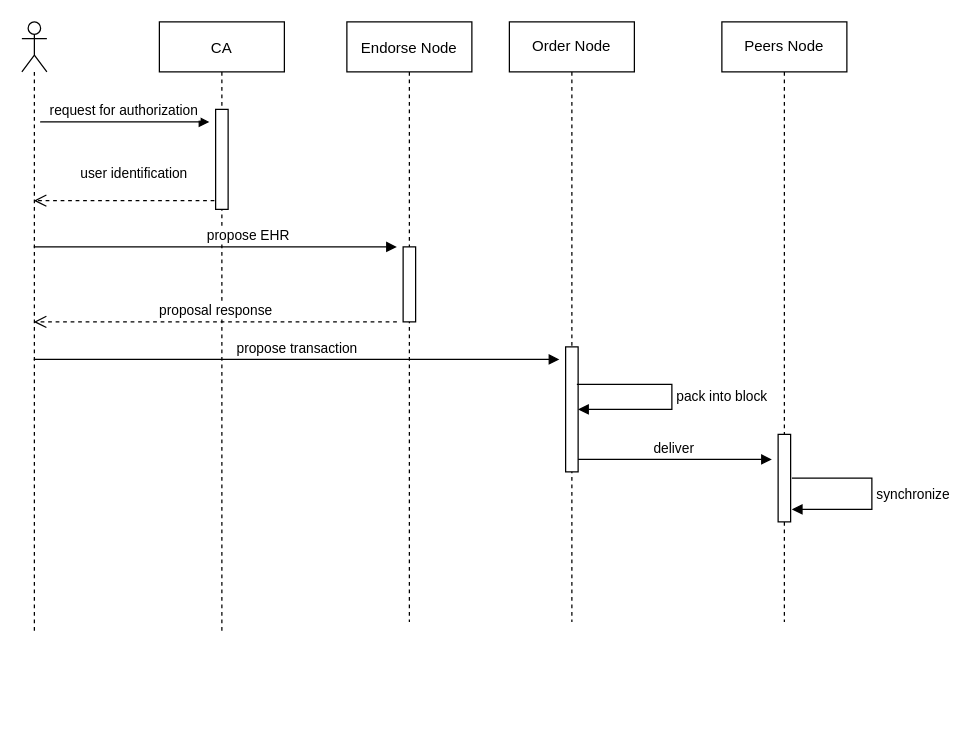
unnc-fose-20126522/Health-Status-Monitoring-System-based-on-Hyperledger-Fabric-and-ModeChain keeps this draw.io diagram as HFMC_sequenceDiagram.drawio. Above is the earlier version. Source tidied: cells renumbered, new cells numbered last; positions are measured from the earlier drawing's top-left corner, leaving out a move shared by most shapes. Both pictures are drawn from the tidied source at 125%, with x=0, y=0 at pixel (21, 21).
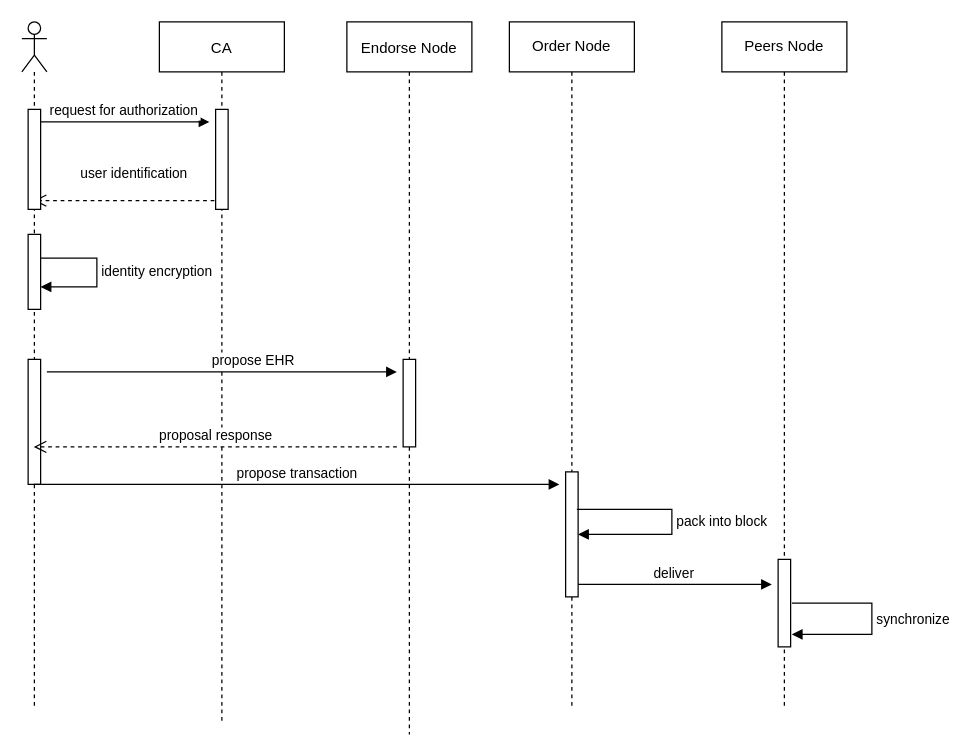
The same page after the edit.

The edit, as a diff of the source:
```diff
@@
     <mxCell id="2" value="CA" style="shape=umlLifeline;perimeter=lifelinePerimeter;rounded=0;shadow=0;strokeWidth=1;" parent="1" vertex="1">
-      <mxGeometry x="110" width="100" height="490" as="geometry" />
+      <mxGeometry x="110" width="100" height="560" as="geometry" />
     </mxCell>
@@
     <mxCell id="4" value="Endorse Node" style="shape=umlLifeline;perimeter=lifelinePerimeter;rounded=0;shadow=0;strokeWidth=1;" parent="1" vertex="1">
-      <mxGeometry x="260" width="100" height="480" as="geometry" />
+      <mxGeometry x="260" width="100" height="570" as="geometry" />
     </mxCell>
-    <mxCell id="5" style="html=1;perimeter=orthogonalPerimeter;" parent="4" vertex="1">
-      <mxGeometry x="45" y="180" width="10" height="60" as="geometry" />
-    </mxCell>
@@
     <mxCell id="8" style="shape=umlLifeline;participant=umlActor;perimeter=lifelinePerimeter;whiteSpace=wrap;html=1;verticalAlign=top;spacingTop=36;outlineConnect=0;" parent="1" vertex="1">
-      <mxGeometry width="20" height="490" as="geometry" />
+      <mxGeometry width="20" height="550" as="geometry" />
     </mxCell>
+    <mxCell id="19" style="html=1;perimeter=orthogonalPerimeter;" parent="8" vertex="1">
+      <mxGeometry x="5" y="70" width="10" height="80" as="geometry" />
+    </mxCell>
+    <mxCell id="20" style="html=1;perimeter=orthogonalPerimeter;" parent="8" vertex="1">
+      <mxGeometry x="5" y="270" width="10" height="100" as="geometry" />
+    </mxCell>
+    <mxCell id="21" style="html=1;points=[];perimeter=orthogonalPerimeter;" parent="8" vertex="1">
+      <mxGeometry x="5" y="170" width="10" height="60" as="geometry" />
+    </mxCell>
+    <mxCell id="22" value="identity encryption" style="edgeStyle=orthogonalEdgeStyle;html=1;align=left;spacingLeft=2;endArrow=block;rounded=0;entryX=1;entryY=0.7;entryDx=0;entryDy=0;entryPerimeter=0;elbow=vertical;" parent="8" edge="1" target="21">
+      <mxGeometry x="-0.01" relative="1" as="geometry">
+        <mxPoint x="15" y="189" as="sourcePoint" />
+        <Array as="points">
+          <mxPoint x="60" y="189" />
+        </Array>
+      </mxGeometry>
+    </mxCell>
+    <mxCell id="11" value="Order Node" style="shape=umlLifeline;perimeter=lifelinePerimeter;whiteSpace=wrap;html=1;" parent="1" vertex="1">
+      <mxGeometry x="390" width="100" height="550" as="geometry" />
+    </mxCell>
+    <mxCell id="16" value="Peers Node" style="shape=umlLifeline;perimeter=lifelinePerimeter;whiteSpace=wrap;html=1;" parent="1" vertex="1">
+      <mxGeometry x="560" width="100" height="550" as="geometry" />
+    </mxCell>
+    <mxCell id="5" style="html=1;perimeter=orthogonalPerimeter;" parent="1" vertex="1">
+      <mxGeometry x="305" y="270" width="10" height="70" as="geometry" />
+    </mxCell>
-    <mxCell id="9" value="propose EHR" style="html=1;verticalAlign=bottom;endArrow=block;rounded=0;" parent="1" edge="1" source="8">
+    <mxCell id="9" value="propose EHR" style="html=1;verticalAlign=bottom;endArrow=block;rounded=0;" parent="1" edge="1">
       <mxGeometry x="0.17" relative="1" as="geometry">
-        <mxPoint x="300" y="180" as="targetPoint" />
+        <mxPoint x="20" y="280" as="sourcePoint" />
+        <mxPoint x="300" y="280" as="targetPoint" />
         <mxPoint x="1" as="offset" />
       </mxGeometry>
     </mxCell>
-    <mxCell id="10" value="proposal response" style="html=1;verticalAlign=bottom;endArrow=open;dashed=1;endSize=8;rounded=0;" parent="1" edge="1" target="8">
+    <mxCell id="10" value="proposal response" style="html=1;verticalAlign=bottom;endArrow=open;dashed=1;endSize=8;rounded=0;" parent="1" edge="1">
       <mxGeometry relative="1" as="geometry">
-        <mxPoint x="300" y="240" as="sourcePoint" />
+        <mxPoint x="300" y="340" as="sourcePoint" />
+        <mxPoint x="9.5" y="340" as="targetPoint" />
       </mxGeometry>
     </mxCell>
-    <mxCell id="11" value="Order Node" style="shape=umlLifeline;perimeter=lifelinePerimeter;whiteSpace=wrap;html=1;" parent="1" vertex="1">
-      <mxGeometry x="390" width="100" height="480" as="geometry" />
-    </mxCell>
-    <mxCell id="12" style="html=1;points=[];perimeter=orthogonalPerimeter;" parent="11" vertex="1">
-      <mxGeometry x="45" y="260" width="10" height="100" as="geometry" />
+    <mxCell id="12" style="html=1;points=[];perimeter=orthogonalPerimeter;" parent="1" vertex="1">
+      <mxGeometry x="435" y="360" width="10" height="100" as="geometry" />
     </mxCell>
-    <mxCell id="13" value="pack into block" style="edgeStyle=orthogonalEdgeStyle;html=1;align=left;spacingLeft=2;endArrow=block;rounded=0;" parent="11" edge="1" target="12">
+    <mxCell id="13" value="pack into block" style="edgeStyle=orthogonalEdgeStyle;html=1;align=left;spacingLeft=2;endArrow=block;rounded=0;" parent="1" edge="1" target="12">
       <mxGeometry relative="1" as="geometry">
-        <mxPoint x="54" y="290" as="sourcePoint" />
+        <mxPoint x="444" y="390" as="sourcePoint" />
         <Array as="points">
-          <mxPoint x="130" y="290" />
-          <mxPoint x="130" y="310" />
+          <mxPoint x="520" y="390" />
+          <mxPoint x="520" y="410" />
         </Array>
       </mxGeometry>
     </mxCell>
-    <mxCell id="14" value="deliver&amp;nbsp;" style="html=1;verticalAlign=bottom;endArrow=block;rounded=0;" parent="11" edge="1">
+    <mxCell id="14" value="deliver&amp;nbsp;" style="html=1;verticalAlign=bottom;endArrow=block;rounded=0;" parent="1" edge="1">
       <mxGeometry relative="1" as="geometry">
-        <mxPoint x="55" y="350" as="sourcePoint" />
-        <mxPoint x="210" y="350" as="targetPoint" />
+        <mxPoint x="445" y="450" as="sourcePoint" />
+        <mxPoint x="600" y="450" as="targetPoint" />
       </mxGeometry>
     </mxCell>
     <mxCell id="15" value="propose transaction" style="html=1;verticalAlign=bottom;endArrow=block;rounded=0;" parent="1" edge="1">
       <mxGeometry relative="1" as="geometry">
-        <mxPoint x="9.5" y="270" as="sourcePoint" />
-        <mxPoint x="430" y="270" as="targetPoint" />
+        <mxPoint x="9.5" y="370" as="sourcePoint" />
+        <mxPoint x="430" y="370" as="targetPoint" />
       </mxGeometry>
     </mxCell>
-    <mxCell id="16" value="Peers Node" style="shape=umlLifeline;perimeter=lifelinePerimeter;whiteSpace=wrap;html=1;" parent="1" vertex="1">
-      <mxGeometry x="560" width="100" height="480" as="geometry" />
-    </mxCell>
-    <mxCell id="17" style="html=1;perimeter=orthogonalPerimeter;" parent="16" vertex="1">
-      <mxGeometry x="45" y="330" width="10" height="70" as="geometry" />
+    <mxCell id="17" style="html=1;perimeter=orthogonalPerimeter;" parent="1" vertex="1">
+      <mxGeometry x="605" y="430" width="10" height="70" as="geometry" />
     </mxCell>
-    <mxCell id="18" value="synchronize" style="edgeStyle=orthogonalEdgeStyle;html=1;align=left;spacingLeft=2;endArrow=block;rounded=0;" parent="16" edge="1">
+    <mxCell id="18" value="synchronize" style="edgeStyle=orthogonalEdgeStyle;html=1;align=left;spacingLeft=2;endArrow=block;rounded=0;" parent="1" edge="1">
       <mxGeometry relative="1" as="geometry">
-        <mxPoint x="56" y="365" as="sourcePoint" />
-        <mxPoint x="56" y="390" as="targetPoint" />
+        <mxPoint x="616" y="465" as="sourcePoint" />
+        <mxPoint x="616" y="490" as="targetPoint" />
         <Array as="points">
-          <mxPoint x="120" y="365" />
-          <mxPoint x="120" y="390" />
+          <mxPoint x="680" y="465" />
+          <mxPoint x="680" y="490" />
         </Array>
       </mxGeometry>
     </mxCell>
```
